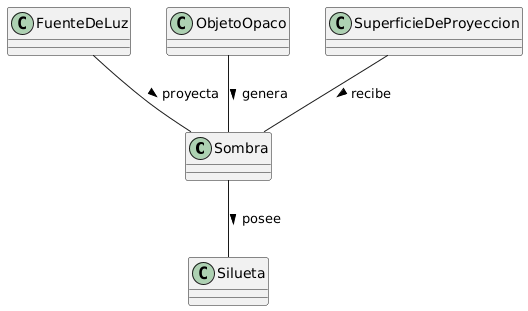
The PlantUML diagram entregas/melgaresJose/img/sombra-diagrama.png in fogg928s4/26-27-idsw1, before a commit. The source it was exported from:
```plantuml
@startuml
class Sombra {

}

class FuenteDeLuz {

}

class ObjetoOpaco {

}

class SuperficieDeProyeccion {

}

class Silueta {

}

FuenteDeLuz  -- Sombra : proyecta >
ObjetoOpaco  -- Sombra : genera >
SuperficieDeProyeccion  -- Sombra : recibe >
Sombra  -- Silueta : posee >
@enduml
```
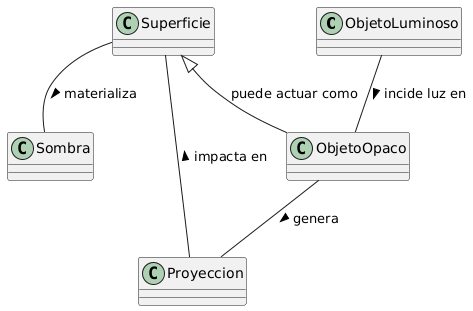
After the change.

Commit message:
refactor: ver2 de sombra, considerando la autosombra

The edit, as a diff of the source:
```diff
@@ -1,26 +1,25 @@
 @startuml
-class Sombra {
+skinparam classAttributeIconSize 0
 
-}
-
-class FuenteDeLuz {
-
+class ObjetoLuminoso {
 }
 
 class ObjetoOpaco {
-
 }
 
-class SuperficieDeProyeccion {
-
+class Proyeccion {
 }
 
-class Silueta {
-
+class Superficie {
 }
 
-FuenteDeLuz  -- Sombra : proyecta >
-ObjetoOpaco  -- Sombra : genera >
-SuperficieDeProyeccion  -- Sombra : recibe >
-Sombra  -- Silueta : posee >
+class Sombra {
+}
+
+ObjetoLuminoso -- ObjetoOpaco : incide luz en >
+ObjetoOpaco  -- Proyeccion : genera >
+Proyeccion --  Superficie : impacta en >
+Superficie  -- Sombra : materializa >
+
+ObjetoOpaco -up-|> Superficie : puede actuar como
 @enduml
```
